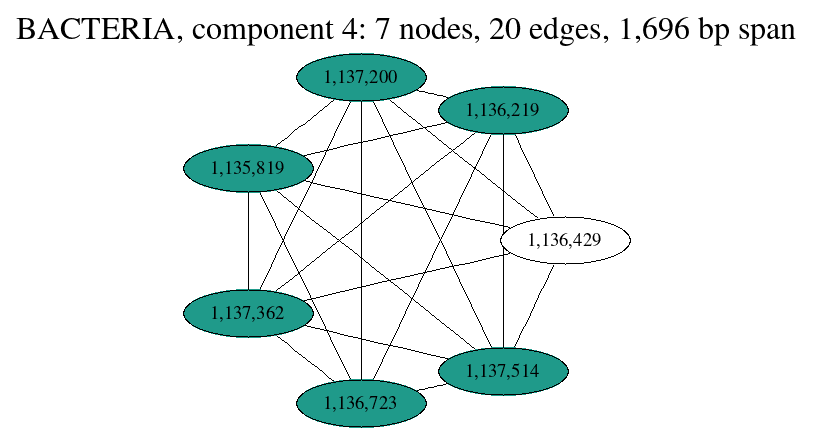
Before: notebooks/graphs/BACTERIA_cc4.png, a diagram exported from Graphviz (fedarko/sheepgut). Its source is kept beside it as notebooks/graphs/BACTERIA_cc4.gv.
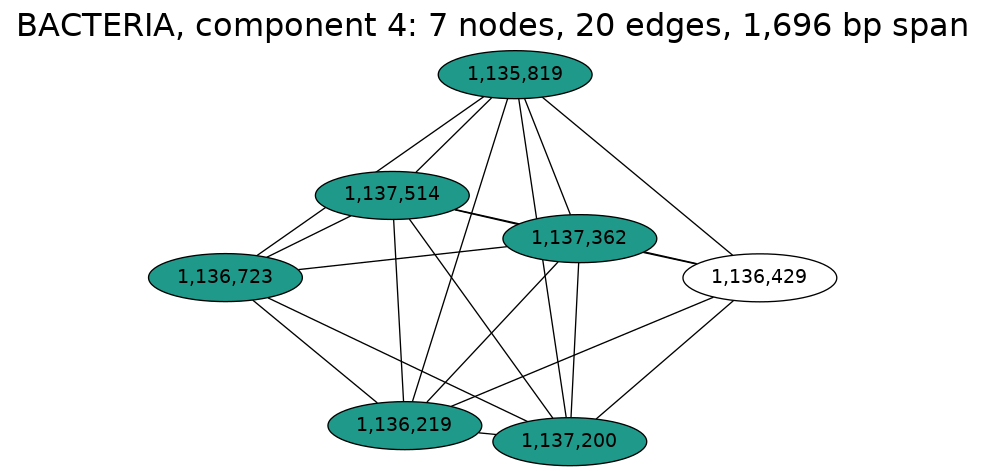
Above is the later version.

What changed in the source:
```diff
@@ -1,16 +1,17 @@
 graph BACTERIA_cc4 {
 	overlap="prism50";
 	outputorder="edgesfirst";
+	node [style="filled"];
 	label="BACTERIA, component 4: 7 nodes, 20 edges, 1,696 bp span";
 	labelloc="t";
 	fontsize=24;
-	"1,137,514" [style="filled", fillcolor="#1f9a8a", fontcolor="#000000"];
-	"1,135,819" [style="filled", fillcolor="#1f9a8a", fontcolor="#000000"];
-	"1,136,429" [style="filled", fillcolor="#ffffff", fontcolor="#000000"];
-	"1,137,200" [style="filled", fillcolor="#1f9a8a", fontcolor="#000000"];
-	"1,137,362" [style="filled", fillcolor="#1f9a8a", fontcolor="#000000"];
-	"1,136,723" [style="filled", fillcolor="#1f9a8a", fontcolor="#000000"];
-	"1,136,219" [style="filled", fillcolor="#1f9a8a", fontcolor="#000000"];
+	"1,137,514" [fillcolor="#1f9a8a", fontcolor="#000000"];
+	"1,135,819" [fillcolor="#1f9a8a", fontcolor="#000000"];
+	"1,136,429" [fillcolor="#ffffff", fontcolor="#000000"];
+	"1,137,200" [fillcolor="#1f9a8a", fontcolor="#000000"];
+	"1,137,362" [fillcolor="#1f9a8a", fontcolor="#000000"];
+	"1,136,723" [fillcolor="#1f9a8a", fontcolor="#000000"];
+	"1,136,219" [fillcolor="#1f9a8a", fontcolor="#000000"];
 	"1,137,514" -- "1,135,819";
 	"1,137,514" -- "1,136,219";
 	"1,137,514" -- "1,136,429";
```
